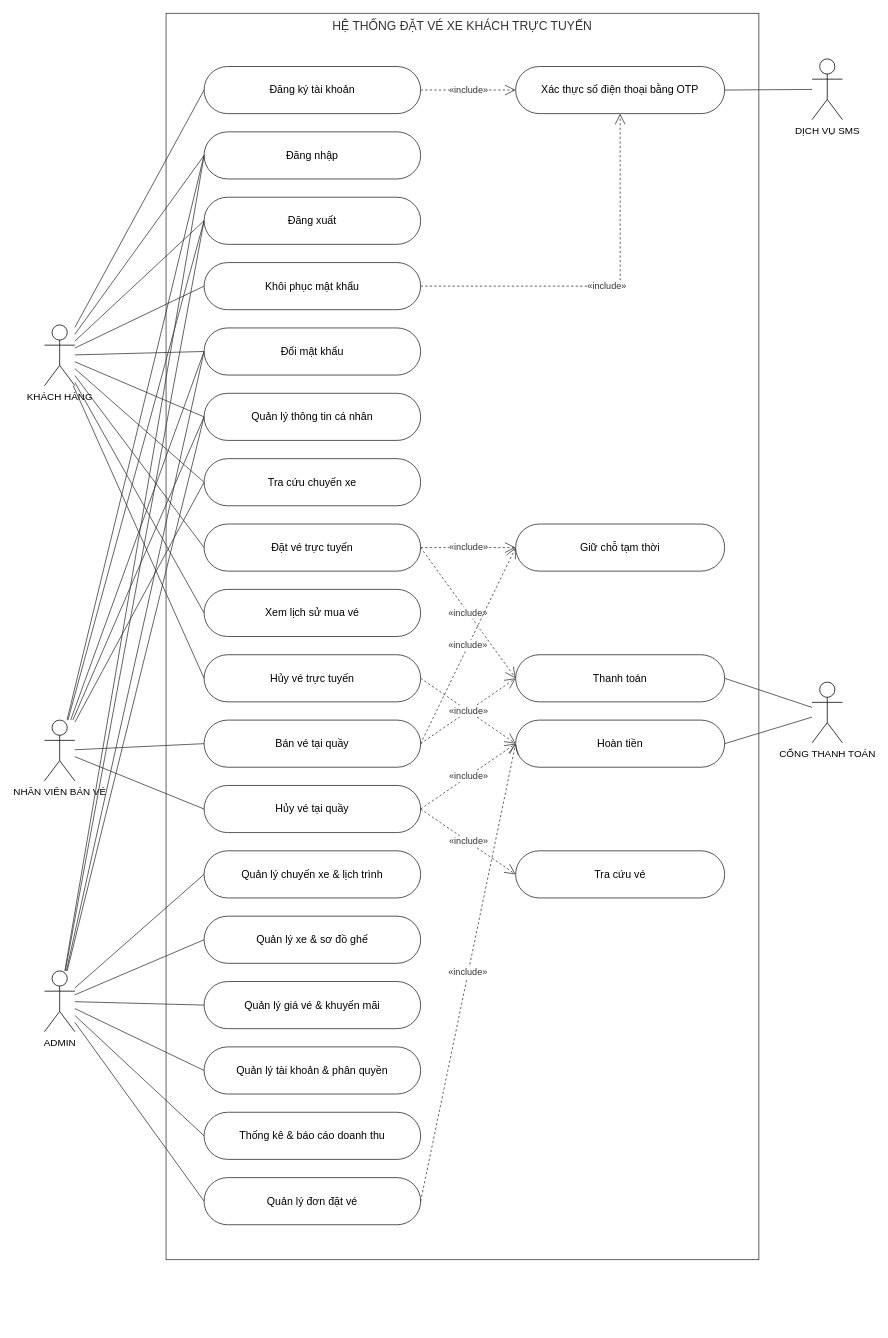
This is page "19. Sơ đồ tổng quát" (19 of 19) of docs/use-case/UseCase_DatVeXeKhach.drawio from Longcodepro/Project_OOAD_HK1_2026-2027, a draw.io file, before an edit. Source tidied: cells renumbered, new cells numbered last; positions are measured from the earlier drawing's top-left corner, leaving out a move shared by most shapes. Both pictures are drawn from the tidied source at 76%, with x=0, y=0 at pixel (44, 13).
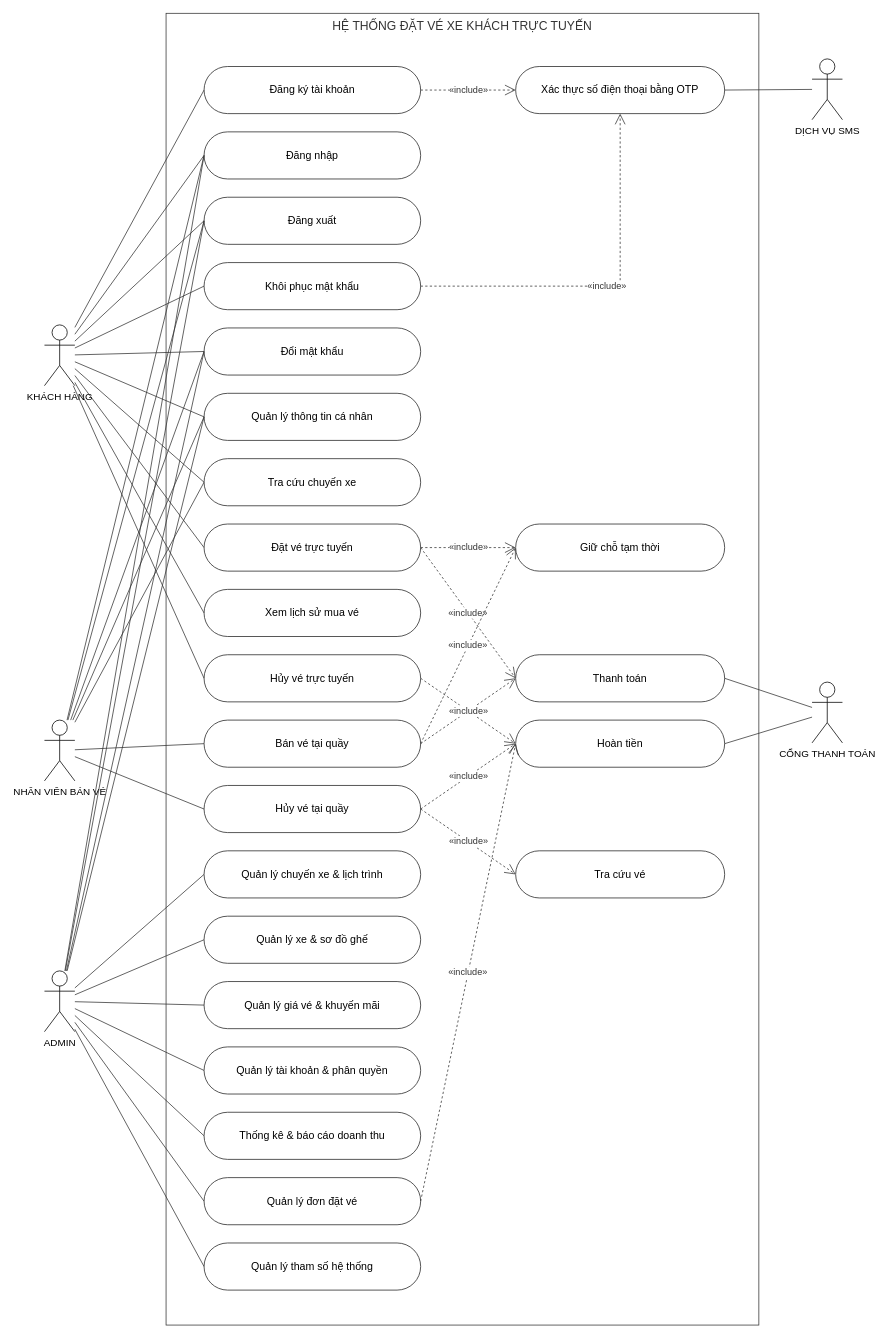
The same diagram, later.

The change refers to these unchanged cells:
```xml
<mxCell id="5" value="ADMIN" style="shape=umlActor;verticalLabelPosition=bottom;verticalAlign=top;html=1;outlineConnect=0;fontSize=13;fontColor=#000000;strokeColor=#000000;" parent="1" vertex="1">
  <mxGeometry y="1260" width="40" height="80" as="geometry" />
</mxCell>
```

Change to the diagram source:
```diff
@@
     <mxCell id="2" value="HỆ THỐNG ĐẶT VÉ XE KHÁCH TRỰC TUYẾN" style="rounded=0;whiteSpace=wrap;html=1;verticalAlign=top;fontSize=16;fillColor=none;strokeColor=#333333;fontColor=#333333;" parent="1" vertex="1">
-      <mxGeometry x="160" width="780" height="1640" as="geometry" />
+      <mxGeometry x="160" width="780" height="1726" as="geometry" />
     </mxCell>
@@
+    <mxCell id="71" value="Quản lý tham số hệ thống" style="rounded=1;arcSize=50;whiteSpace=wrap;html=1;fontSize=14;fillColor=#FFFFFF;strokeColor=#222222;fontColor=#000000;" parent="1" vertex="1">
+      <mxGeometry x="210" y="1618" width="285" height="62" as="geometry" />
+    </mxCell>
+    <mxCell id="72" style="endArrow=none;html=1;rounded=0;strokeColor=#333333;entryX=0;entryY=0.5;entryDx=0;entryDy=0;" parent="1" edge="1" source="5" target="71">
+      <mxGeometry relative="1" as="geometry" />
+    </mxCell>
```
